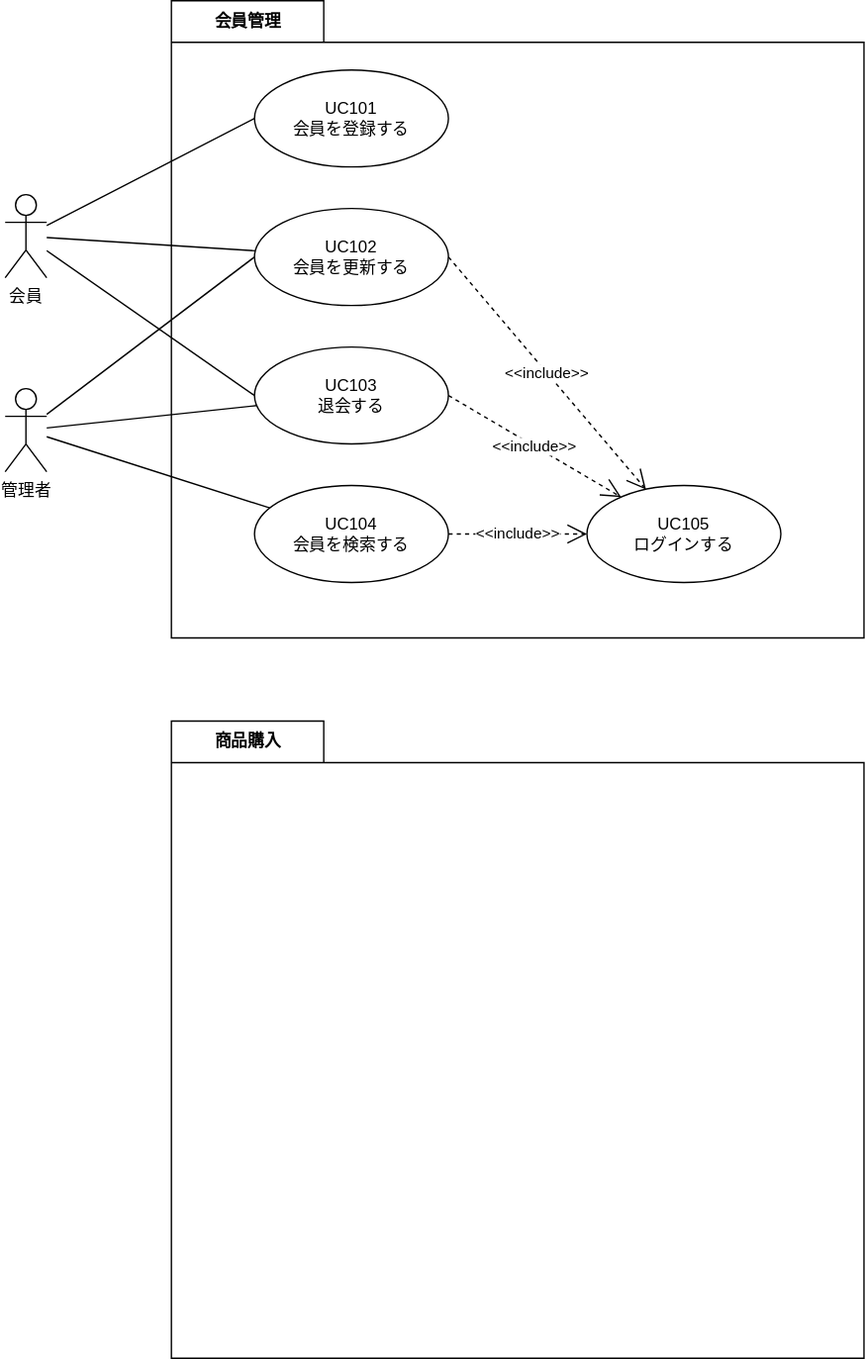
Before: documents/10_要件定義/image/usecase.svg, a diagram exported from draw.io (la-java-silicon-2021/shopping-doc). Source tidied: cells renumbered, new cells last; positions are measured from the earlier drawing's top-left corner, leaving out a move shared by most shapes.
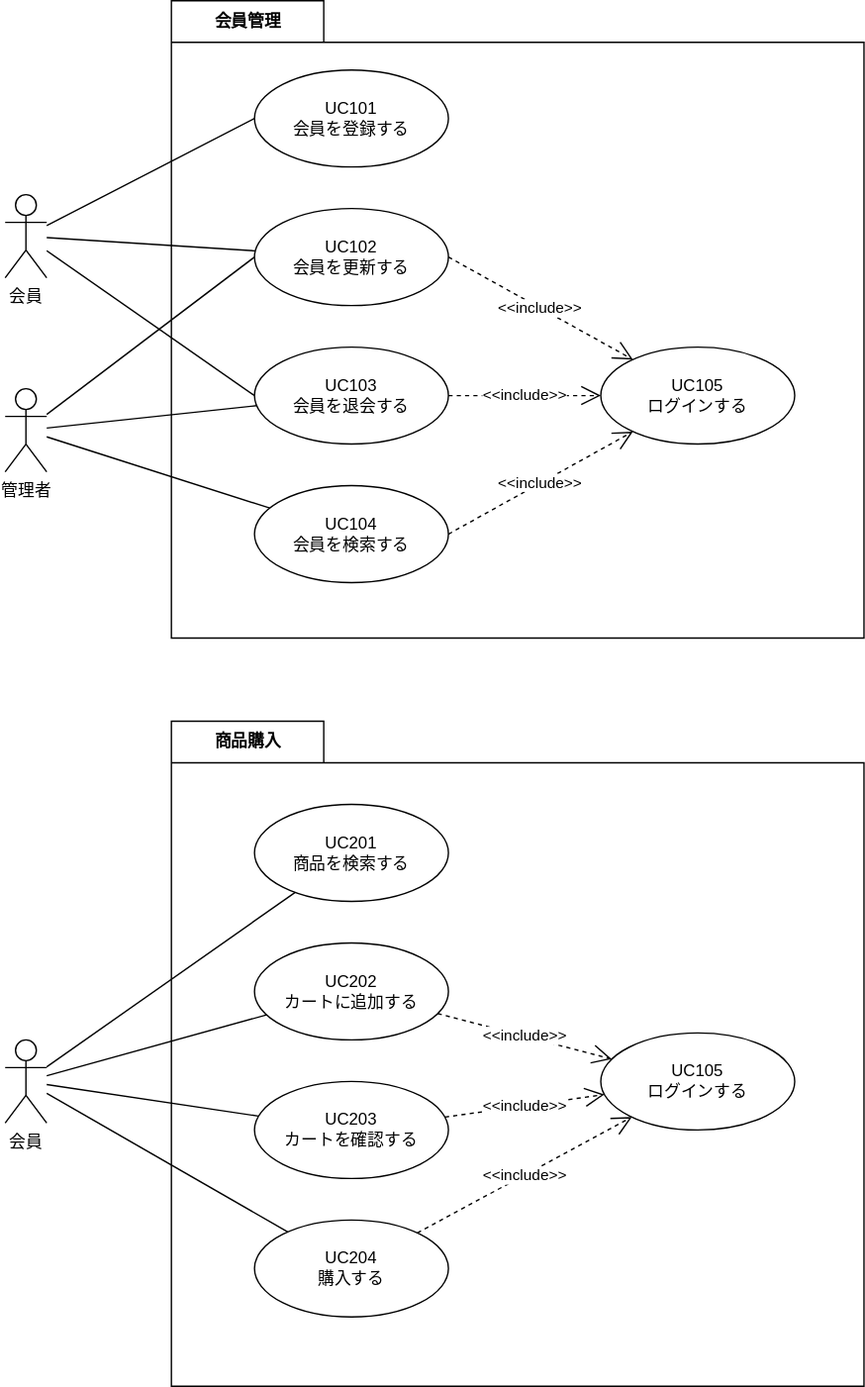
After the commit.

Commit message:
usecase.svg を更新します

Diff of the diagram source:
```diff
@@ -14,19 +14,19 @@
     <mxCell id="5" value="UC102&lt;br&gt;会員を更新する" style="ellipse;whiteSpace=wrap;html=1;" parent="1" vertex="1">
       <mxGeometry x="180" y="150" width="140" height="70" as="geometry" />
     </mxCell>
-    <mxCell id="6" value="UC103&lt;br&gt;退会する" style="ellipse;whiteSpace=wrap;html=1;" parent="1" vertex="1">
+    <mxCell id="6" value="UC103&lt;br&gt;会員を退会する" style="ellipse;whiteSpace=wrap;html=1;" parent="1" vertex="1">
       <mxGeometry x="180" y="250" width="140" height="70" as="geometry" />
     </mxCell>
     <mxCell id="7" value="UC104&lt;br&gt;会員を検索する" style="ellipse;whiteSpace=wrap;html=1;" parent="1" vertex="1">
       <mxGeometry x="180" y="350" width="140" height="70" as="geometry" />
     </mxCell>
     <mxCell id="8" value="UC105&lt;br&gt;ログインする" style="ellipse;whiteSpace=wrap;html=1;" parent="1" vertex="1">
-      <mxGeometry x="420" y="350" width="140" height="70" as="geometry" />
+      <mxGeometry x="430" y="250" width="140" height="70" as="geometry" />
     </mxCell>
     <mxCell id="9" value="管理者" style="shape=umlActor;verticalLabelPosition=bottom;verticalAlign=top;html=1;" parent="1" vertex="1">
       <mxGeometry y="280" width="30" height="60" as="geometry" />
     </mxCell>
-    <mxCell id="10" value="&amp;lt;&amp;lt;include&amp;gt;&amp;gt;" style="endArrow=open;endSize=12;dashed=1;html=1;exitX=1;exitY=0.5;exitDx=0;exitDy=0;entryX=0;entryY=0.5;entryDx=0;entryDy=0;" parent="1" edge="1" source="7" target="8">
+    <mxCell id="10" value="&amp;lt;&amp;lt;include&amp;gt;&amp;gt;" style="endArrow=open;endSize=12;dashed=1;html=1;exitX=1;exitY=0.5;exitDx=0;exitDy=0;" parent="1" edge="1" source="7" target="8">
       <mxGeometry relative="1" as="geometry" />
     </mxCell>
     <mxCell id="11" value="&amp;lt;&amp;lt;include&amp;gt;&amp;gt;" style="endArrow=open;endSize=12;dashed=1;html=1;exitX=1;exitY=0.5;exitDx=0;exitDy=0;" parent="1" edge="1" source="6" target="8">
@@ -54,7 +54,46 @@
       <mxGeometry relative="1" as="geometry" />
     </mxCell>
     <mxCell id="19" value="商品購入" style="shape=folder;fontStyle=1;tabWidth=110;tabHeight=30;tabPosition=left;html=1;boundedLbl=1;labelInHeader=1;" parent="1" vertex="1">
-      <mxGeometry x="120" y="520" width="500" height="460" as="geometry" />
+      <mxGeometry x="120" y="520" width="500" height="480" as="geometry" />
     </mxCell>
+    <mxCell id="20" value="UC201&lt;br&gt;商品を検索する" style="ellipse;whiteSpace=wrap;html=1;" parent="1" vertex="1">
+      <mxGeometry x="180" y="580" width="140" height="70" as="geometry" />
+    </mxCell>
+    <mxCell id="21" value="UC202&lt;br&gt;カートに追加する" style="ellipse;whiteSpace=wrap;html=1;" parent="1" vertex="1">
+      <mxGeometry x="180" y="680" width="140" height="70" as="geometry" />
+    </mxCell>
+    <mxCell id="22" value="UC204&lt;br&gt;購入する" style="ellipse;whiteSpace=wrap;html=1;" parent="1" vertex="1">
+      <mxGeometry x="180" y="880" width="140" height="70" as="geometry" />
+    </mxCell>
+    <mxCell id="23" value="UC203&lt;br&gt;カートを確認する" style="ellipse;whiteSpace=wrap;html=1;" parent="1" vertex="1">
+      <mxGeometry x="180" y="780" width="140" height="70" as="geometry" />
+    </mxCell>
+    <mxCell id="24" value="&amp;lt;&amp;lt;include&amp;gt;&amp;gt;" style="endArrow=open;endSize=12;dashed=1;html=1;" parent="1" edge="1" source="21" target="32">
+      <mxGeometry relative="1" as="geometry" />
+    </mxCell>
+    <mxCell id="25" value="&amp;lt;&amp;lt;include&amp;gt;&amp;gt;" style="endArrow=open;endSize=12;dashed=1;html=1;" parent="1" edge="1" source="23" target="32">
+      <mxGeometry relative="1" as="geometry" />
+    </mxCell>
+    <mxCell id="26" value="&amp;lt;&amp;lt;include&amp;gt;&amp;gt;" style="endArrow=open;endSize=12;dashed=1;html=1;" parent="1" edge="1" source="22" target="32">
+      <mxGeometry relative="1" as="geometry" />
+    </mxCell>
+    <mxCell id="27" value="会員" style="shape=umlActor;verticalLabelPosition=bottom;verticalAlign=top;html=1;" parent="1" vertex="1">
+      <mxGeometry y="750" width="30" height="60" as="geometry" />
+    </mxCell>
+    <mxCell id="28" style="endArrow=none;html=1;" parent="1" edge="1" source="27" target="20">
+      <mxGeometry relative="1" as="geometry" />
+    </mxCell>
+    <mxCell id="29" style="endArrow=none;html=1;" parent="1" edge="1" source="27" target="21">
+      <mxGeometry relative="1" as="geometry" />
+    </mxCell>
+    <mxCell id="30" style="endArrow=none;html=1;" parent="1" edge="1" source="27" target="23">
+      <mxGeometry relative="1" as="geometry" />
+    </mxCell>
+    <mxCell id="31" style="endArrow=none;html=1;" parent="1" edge="1" source="27" target="22">
+      <mxGeometry relative="1" as="geometry" />
+    </mxCell>
+    <mxCell id="32" value="UC105&lt;br&gt;ログインする" style="ellipse;whiteSpace=wrap;html=1;" parent="1" vertex="1">
+      <mxGeometry x="430" y="745" width="140" height="70" as="geometry" />
+    </mxCell>
   </root>
 </mxGraphModel>
```
